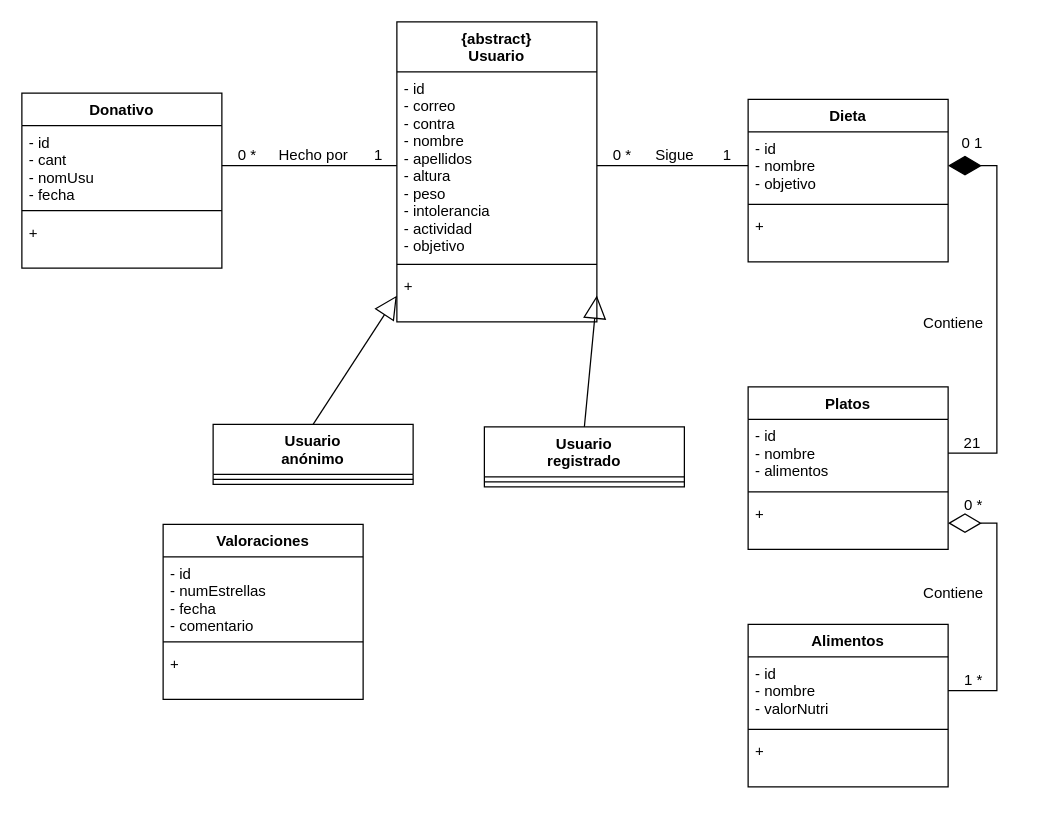
hugoestelles/EquipoVerde keeps this draw.io diagram as UML/DiagramaClases.drawio. Above is the earlier version. Source tidied: cells renumbered, new cells numbered last; positions are measured from the earlier drawing's top-left corner, leaving out a move shared by most shapes. Both pictures are drawn from the tidied source at 125%, with x=0, y=0 at pixel (21, 21).
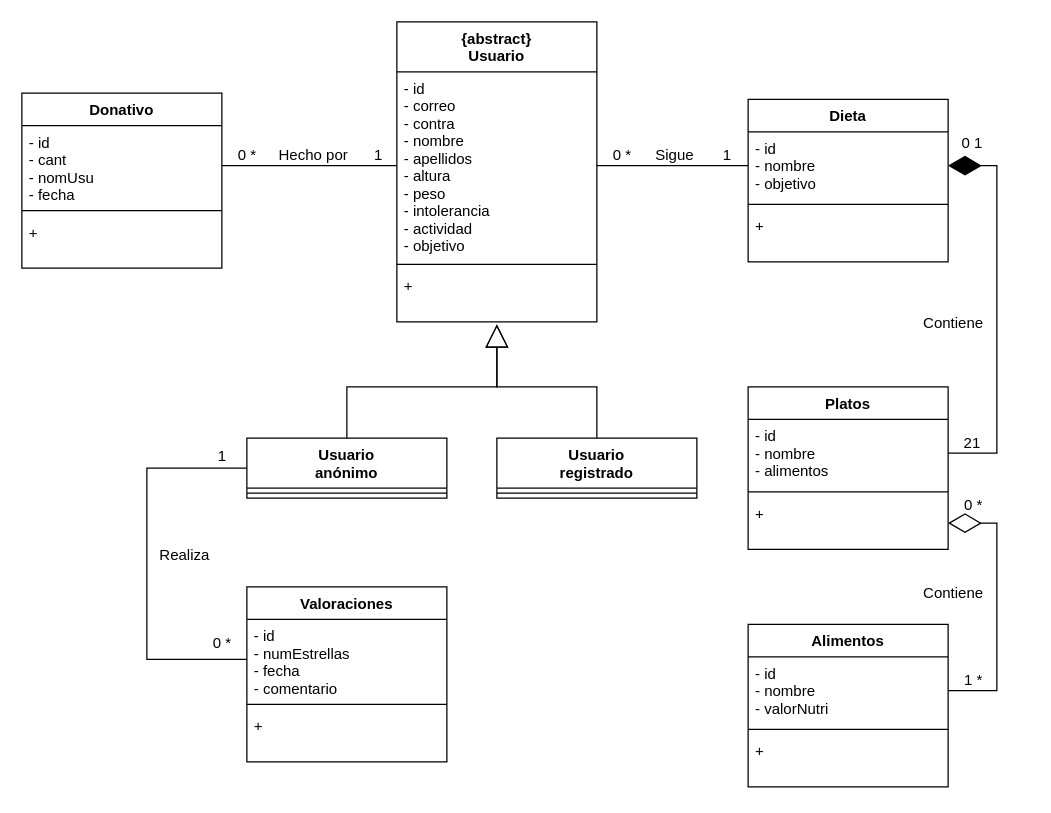
After the change.

Commit message:
Actualizando diagrama de clases

The change refers to these unchanged cells:
```xml
<mxCell id="13" value="+ " style="text;strokeColor=none;fillColor=none;align=left;verticalAlign=top;spacingLeft=4;spacingRight=4;overflow=hidden;points=[[0,0.5],[1,0.5]];portConstraint=eastwest;" parent="10" vertex="1">
  <mxGeometry y="198" width="160" height="42" as="geometry" />
</mxCell>
<mxCell id="34" value="- id&#10;- numEstrellas&#10;- fecha&#10;- comentario" style="text;strokeColor=none;fillColor=none;align=left;verticalAlign=top;spacingLeft=4;spacingRight=4;overflow=hidden;points=[[0,0.5],[1,0.5]];portConstraint=eastwest;fontSize=12;spacing=2;spacingTop=0;spacingBottom=0;" parent="33" vertex="1">
  <mxGeometry y="26" width="160" height="64" as="geometry" />
</mxCell>
```

Change to the diagram source:
```diff
@@
     <mxCell id="33" value="Valoraciones" style="swimlane;fontStyle=1;align=center;verticalAlign=top;horizontal=1;startSize=26;" parent="1" vertex="1">
-      <mxGeometry x="113" y="402" width="160" height="140" as="geometry" />
+      <mxGeometry x="180" y="452" width="160" height="140" as="geometry" />
     </mxCell>
@@
     <mxCell id="42" value="Usuario&#10;registrado" style="swimlane;fontStyle=1;align=center;verticalAlign=top;horizontal=1;startSize=40;" parent="1" vertex="1">
-      <mxGeometry x="370" y="324" width="160" height="48" as="geometry" />
+      <mxGeometry x="380" y="333" width="160" height="48" as="geometry" />
     </mxCell>
@@
     <mxCell id="44" value="Usuario&#10;anónimo" style="swimlane;fontStyle=1;align=center;verticalAlign=top;horizontal=1;startSize=40;" parent="1" vertex="1">
-      <mxGeometry x="153" y="322" width="160" height="48" as="geometry" />
+      <mxGeometry x="180" y="333" width="160" height="48" as="geometry" />
     </mxCell>
@@
-    <mxCell id="46" style="endArrow=block;endSize=16;endFill=0;html=1;rounded=0;exitX=0.5;exitY=0;exitDx=0;exitDy=0;entryX=1;entryY=0.5;entryDx=0;entryDy=0;" parent="1" edge="1" source="42" target="13">
-      <mxGeometry relative="1" as="geometry" />
-    </mxCell>
-    <mxCell id="47" style="endArrow=block;endSize=16;endFill=0;html=1;rounded=0;exitX=0.5;exitY=0;exitDx=0;exitDy=0;entryX=0;entryY=0.5;entryDx=0;entryDy=0;" parent="1" edge="1" source="44" target="13">
-      <mxGeometry relative="1" as="geometry" />
+    <mxCell id="47" style="endArrow=block;endSize=16;endFill=0;html=1;rounded=0;exitX=0.5;exitY=0;exitDx=0;exitDy=0;entryX=0.494;entryY=1.048;entryDx=0;entryDy=0;entryPerimeter=0;" parent="1" edge="1" source="44">
+      <mxGeometry relative="1" as="geometry">
+        <mxPoint x="380" y="242" as="targetPoint" />
+        <Array as="points">
+          <mxPoint x="260" y="292" />
+          <mxPoint x="380" y="292" />
+        </Array>
+      </mxGeometry>
     </mxCell>
+    <mxCell id="48" style="endArrow=block;endSize=16;endFill=0;html=1;rounded=0;exitX=0.5;exitY=0;exitDx=0;exitDy=0;" parent="1" edge="1" source="42">
+      <mxGeometry relative="1" as="geometry">
+        <mxPoint x="380" y="242" as="targetPoint" />
+        <Array as="points">
+          <mxPoint x="460" y="292" />
+          <mxPoint x="380" y="292" />
+        </Array>
+      </mxGeometry>
+    </mxCell>
+    <mxCell id="49" style="endArrow=none;html=1;rounded=0;entryX=0;entryY=0.5;entryDx=0;entryDy=0;exitX=0;exitY=0.5;exitDx=0;exitDy=0;" parent="1" edge="1" source="34" target="44">
+      <mxGeometry relative="1" as="geometry">
+        <Array as="points">
+          <mxPoint x="100" y="510" />
+          <mxPoint x="100" y="357" />
+        </Array>
+      </mxGeometry>
+    </mxCell>
+    <mxCell id="50" value="Realiza" style="text;html=1;align=center;verticalAlign=middle;strokeColor=none;fillColor=none;" parent="1" vertex="1">
+      <mxGeometry x="100" y="412" width="60" height="30" as="geometry" />
+    </mxCell>
+    <mxCell id="51" value="0 *" style="text;html=1;align=center;verticalAlign=middle;strokeColor=none;fillColor=none;fontSize=12;" parent="1" vertex="1">
+      <mxGeometry x="140" y="482" width="40" height="30" as="geometry" />
+    </mxCell>
+    <mxCell id="52" value="1" style="text;html=1;align=center;verticalAlign=middle;strokeColor=none;fillColor=none;fontSize=12;" parent="1" vertex="1">
+      <mxGeometry x="145" y="333" width="30" height="30" as="geometry" />
+    </mxCell>
```
